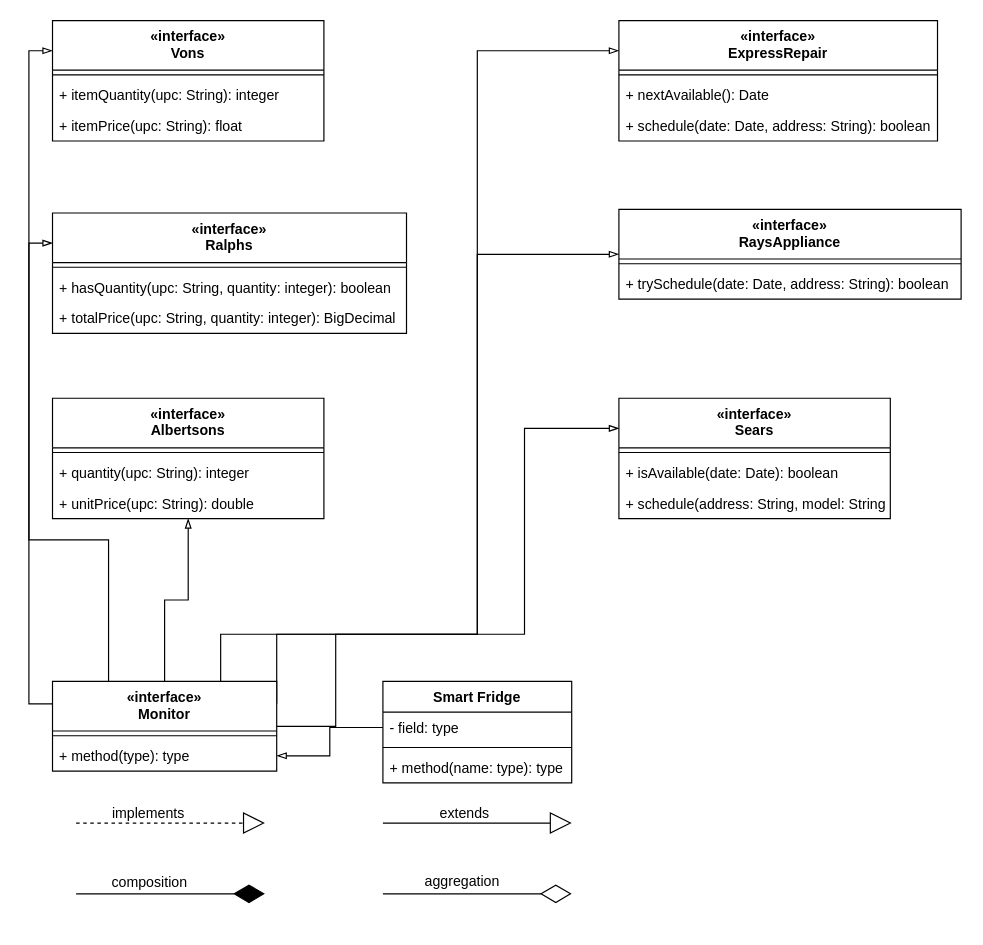
nateqdruen/CISC210Final keeps this draw.io diagram as page "ClassDiagram_SmartFridge" (1 of 2) of FinalExample.drawio. Above is the earlier version. Source tidied: cells renumbered, new cells numbered last; positions are measured from the earlier drawing's top-left corner, leaving out a move shared by most shapes. Both pictures are drawn from the tidied source at 118%, with x=0, y=0 at pixel (28, 20).
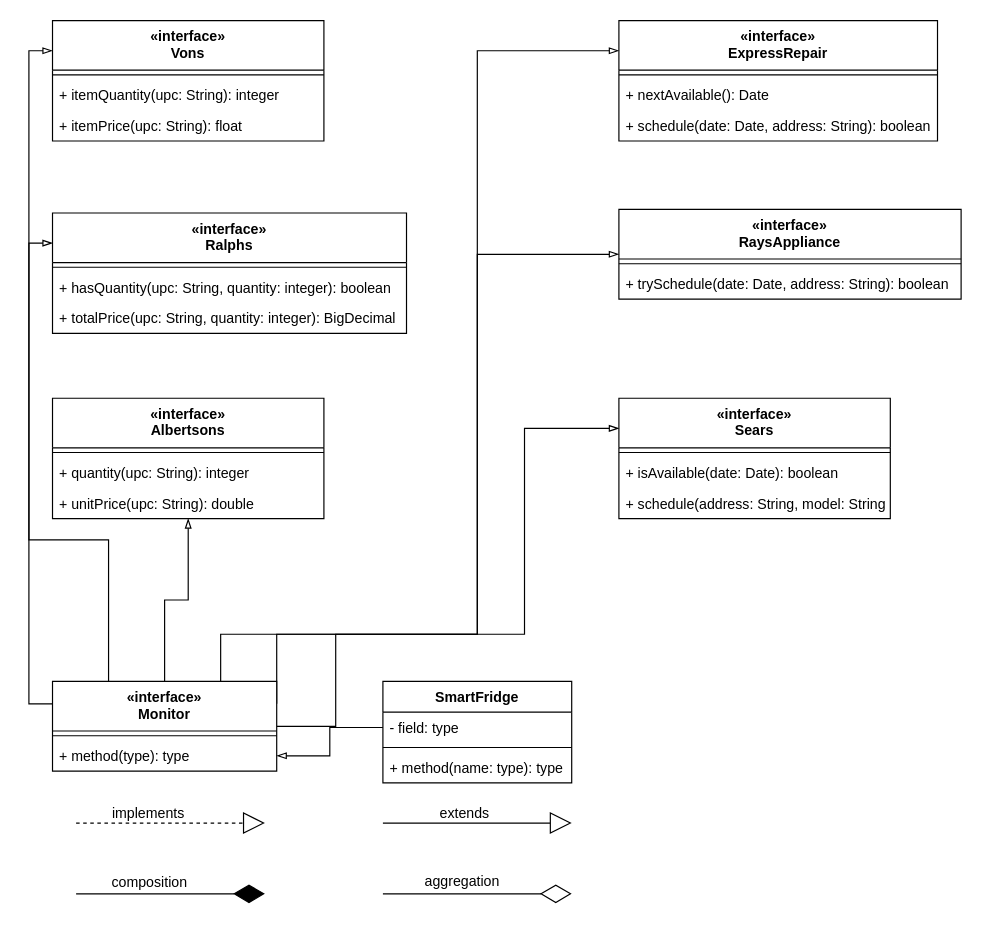
The same diagram, later.

The edit, as a diff of the source:
```diff
@@
-    <mxCell id="34" value="Smart Fridge" style="swimlane;fontStyle=1;align=center;verticalAlign=top;horizontal=1;startSize=26;" parent="1" vertex="1">
+    <mxCell id="34" value="SmartFridge" style="swimlane;fontStyle=1;align=center;verticalAlign=top;horizontal=1;startSize=26;" parent="1" vertex="1">
       <mxGeometry x="300" y="560" width="160" height="86" as="geometry" />
     </mxCell>
```
